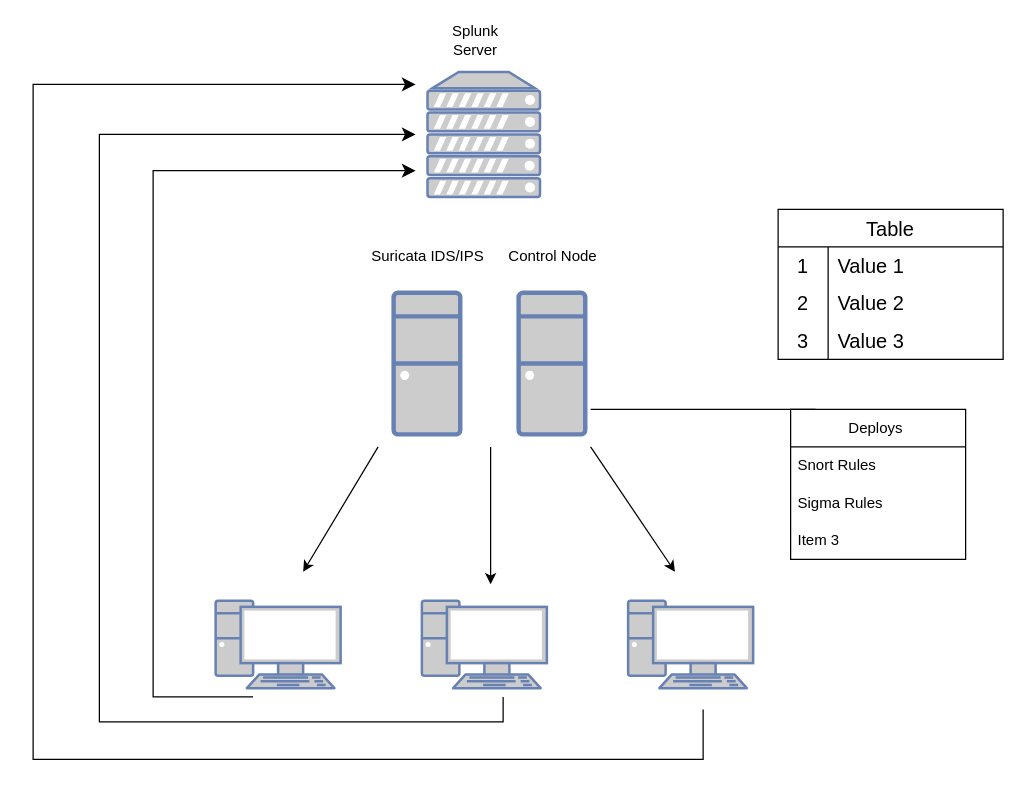
The draw.io diagram Untitled Diagram.drawio in datboyblu3/Ansible, before the edit. Source tidied: cells renumbered, new cells numbered last; positions are measured from the earlier drawing's top-left corner, leaving out a move shared by most shapes. Both pictures are drawn from the tidied source at 125%, with x=0, y=0 at pixel (32, 21).
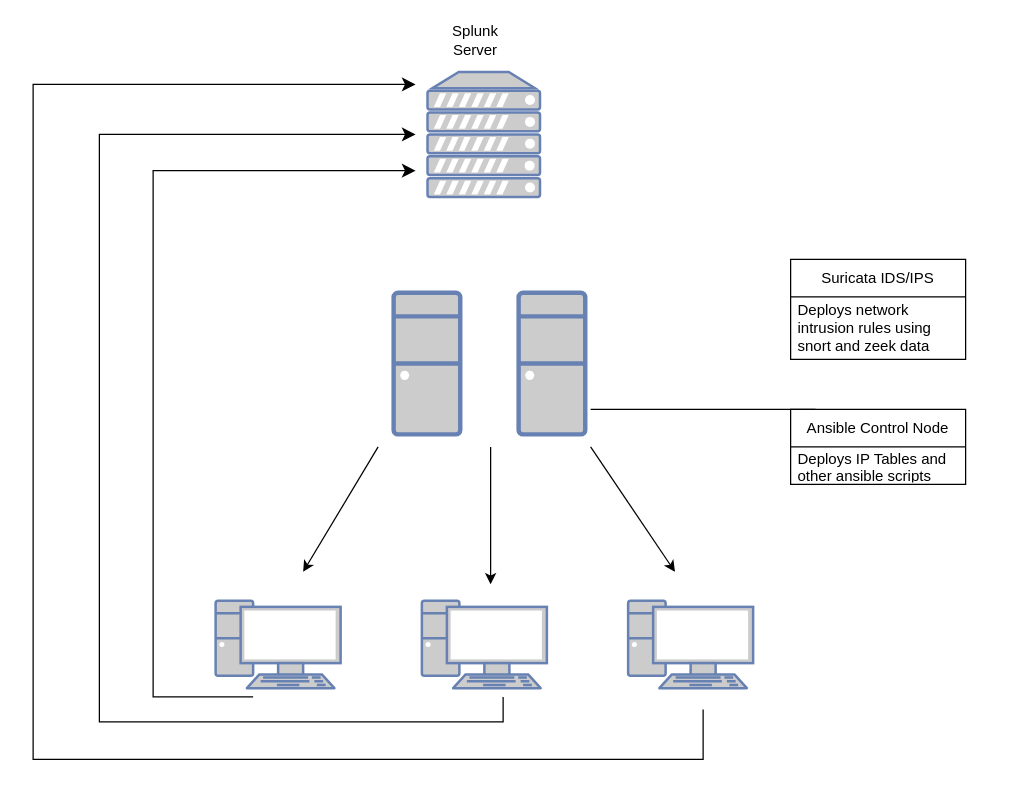
After the change.

Commit message:
added suricata description

The change refers to these unchanged cells:
```xml
<mxCell id="6" style="group;" parent="1" vertex="1">
  <mxGeometry x="296" y="160" width="240" height="170" as="geometry" />
</mxCell>
<mxCell id="22" style="group;" parent="1" vertex="1">
  <mxGeometry x="196" y="160" width="240" height="170" as="geometry" />
</mxCell>
```

Diff of the diagram source:
```diff
@@
-    <mxCell id="8" value="Control Node" style="text;strokeColor=none;align=center;fillColor=none;html=1;verticalAlign=middle;whiteSpace=wrap;rounded=0;" parent="6" vertex="1">
-      <mxGeometry width="240" height="56.7" as="geometry" />
-    </mxCell>
@@
-    <mxCell id="14" value="Deploys&amp;nbsp;" style="swimlane;fontStyle=0;horizontal=1;startSize=30;whiteSpace=wrap;html=1;" parent="1" vertex="1">
-      <mxGeometry x="606" y="310" width="140" height="120" as="geometry" />
+    <mxCell id="14" value="Ansible Control Node" style="swimlane;fontStyle=0;horizontal=1;startSize=30;whiteSpace=wrap;html=1;" parent="1" vertex="1">
+      <mxGeometry x="606" y="310" width="140" height="60" as="geometry" />
     </mxCell>
-    <mxCell id="15" value="Snort Rules" style="text;strokeColor=none;fillColor=none;align=left;verticalAlign=middle;spacingLeft=4;spacingRight=4;overflow=hidden;whiteSpace=wrap;html=1;" parent="14" vertex="1">
+    <mxCell id="15" value="Deploys IP Tables and other ansible scripts" style="text;strokeColor=none;fillColor=none;align=left;verticalAlign=middle;spacingLeft=4;spacingRight=4;overflow=hidden;whiteSpace=wrap;html=1;" parent="14" vertex="1">
       <mxGeometry y="30" width="140" height="30" as="geometry" />
     </mxCell>
-    <mxCell id="16" value="Sigma Rules" style="text;strokeColor=none;fillColor=none;align=left;verticalAlign=middle;spacingLeft=4;spacingRight=4;overflow=hidden;whiteSpace=wrap;html=1;" parent="14" vertex="1">
-      <mxGeometry y="60" width="140" height="30" as="geometry" />
-    </mxCell>
-    <mxCell id="17" value="Item 3" style="text;strokeColor=none;fillColor=none;align=left;verticalAlign=middle;spacingLeft=4;spacingRight=4;overflow=hidden;whiteSpace=wrap;html=1;" parent="14" vertex="1">
-      <mxGeometry y="90" width="140" height="30" as="geometry" />
-    </mxCell>
@@
-    <mxCell id="24" value="Suricata IDS/IPS" style="text;strokeColor=none;align=center;fillColor=none;html=1;verticalAlign=middle;whiteSpace=wrap;rounded=0;" parent="22" vertex="1">
-      <mxGeometry width="240" height="56.7" as="geometry" />
+    <mxCell id="24" value="Suricata IDS/IPS" style="swimlane;fontStyle=0;horizontal=1;startSize=30;whiteSpace=wrap;html=1;" parent="1" vertex="1">
+      <mxGeometry x="606" y="190" width="140" height="80" as="geometry" />
     </mxCell>
-    <mxCell id="25" value="Table" style="shape=table;startSize=30;childLayout=tableLayout;rowLines=0;fontStyle=0;strokeColor=default;fontSize=16;" parent="1" vertex="1">
-      <mxGeometry x="596" y="150" width="180" height="120" as="geometry" />
-    </mxCell>
-    <mxCell id="26" style="shape=tableRow;horizontal=0;startSize=0;swimlaneHead=0;swimlaneBody=0;top=0;left=0;bottom=0;right=0;fillColor=none;strokeColor=inherit;fontSize=16;" parent="25" vertex="1">
-      <mxGeometry y="30" width="180" height="30" as="geometry" />
-    </mxCell>
-    <mxCell id="27" value="1" style="shape=partialRectangle;html=1;whiteSpace=wrap;fillColor=none;top=0;left=0;bottom=0;right=0;overflow=hidden;strokeColor=inherit;fontSize=16;" parent="26" vertex="1">
-      <mxGeometry width="40" height="30" as="geometry" />
-    </mxCell>
-    <mxCell id="28" value="Value 1" style="shape=partialRectangle;html=1;whiteSpace=wrap;fillColor=none;top=0;left=0;bottom=0;right=0;align=left;spacingLeft=6;overflow=hidden;strokeColor=inherit;fontSize=16;" parent="26" vertex="1">
-      <mxGeometry x="40" width="140" height="30" as="geometry" />
-    </mxCell>
-    <mxCell id="29" style="shape=tableRow;horizontal=0;startSize=0;swimlaneHead=0;swimlaneBody=0;top=0;left=0;bottom=0;right=0;fillColor=none;strokeColor=inherit;fontSize=16;" parent="25" vertex="1">
-      <mxGeometry y="60" width="180" height="30" as="geometry" />
-    </mxCell>
-    <mxCell id="30" value="2" style="shape=partialRectangle;html=1;whiteSpace=wrap;fillColor=none;top=0;left=0;bottom=0;right=0;overflow=hidden;strokeColor=inherit;fontSize=16;" parent="29" vertex="1">
-      <mxGeometry width="40" height="30" as="geometry" />
-    </mxCell>
-    <mxCell id="31" value="Value 2" style="shape=partialRectangle;html=1;whiteSpace=wrap;fillColor=none;top=0;left=0;bottom=0;right=0;align=left;spacingLeft=6;overflow=hidden;strokeColor=inherit;fontSize=16;" parent="29" vertex="1">
-      <mxGeometry x="40" width="140" height="30" as="geometry" />
-    </mxCell>
-    <mxCell id="32" style="shape=tableRow;horizontal=0;startSize=0;swimlaneHead=0;swimlaneBody=0;top=0;left=0;bottom=0;right=0;fillColor=none;strokeColor=inherit;fontSize=16;" parent="25" vertex="1">
-      <mxGeometry y="90" width="180" height="30" as="geometry" />
-    </mxCell>
-    <mxCell id="33" value="3" style="shape=partialRectangle;html=1;whiteSpace=wrap;fillColor=none;top=0;left=0;bottom=0;right=0;overflow=hidden;strokeColor=inherit;fontSize=16;" parent="32" vertex="1">
-      <mxGeometry width="40" height="30" as="geometry" />
-    </mxCell>
-    <mxCell id="34" value="Value 3" style="shape=partialRectangle;html=1;whiteSpace=wrap;fillColor=none;top=0;left=0;bottom=0;right=0;align=left;spacingLeft=6;overflow=hidden;strokeColor=inherit;fontSize=16;" parent="32" vertex="1">
-      <mxGeometry x="40" width="140" height="30" as="geometry" />
-    </mxCell>
+    <mxCell id="35" value="Deploys network intrusion rules using snort and zeek data" style="text;strokeColor=none;fillColor=none;align=left;verticalAlign=middle;spacingLeft=4;spacingRight=4;overflow=hidden;whiteSpace=wrap;html=1;" parent="24" vertex="1">
+      <mxGeometry y="30" width="140" height="50" as="geometry" />
+    </mxCell>
```
